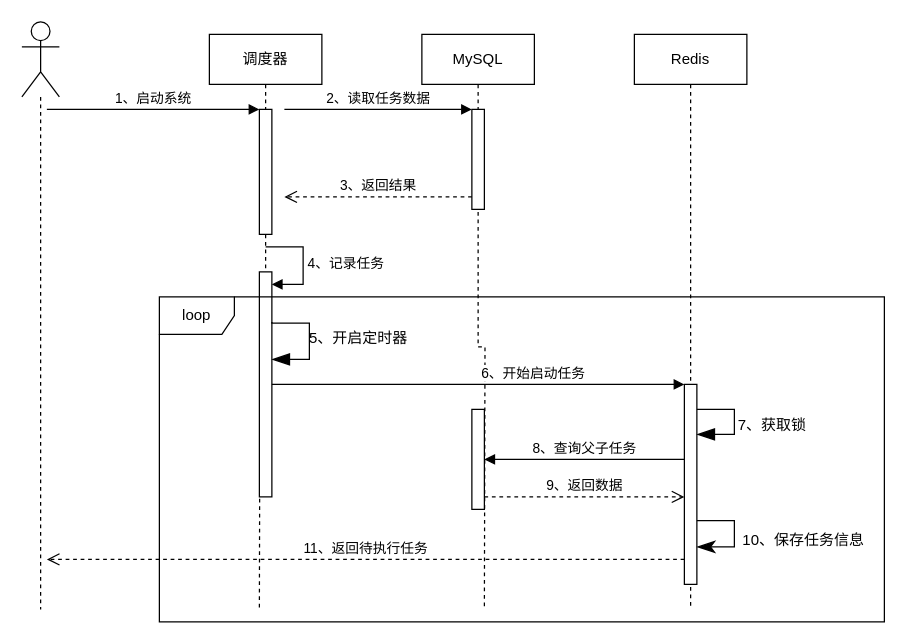
Before: 任务调度时序图.drawio in tianshengdiwangK/common, a draw.io diagram. Source tidied: cells renumbered, new cells numbered last; positions are measured from the earlier drawing's top-left corner, leaving out a move shared by most shapes. Both pictures are drawn from the tidied source at 125%, with x=0, y=0 at pixel (21, 21).
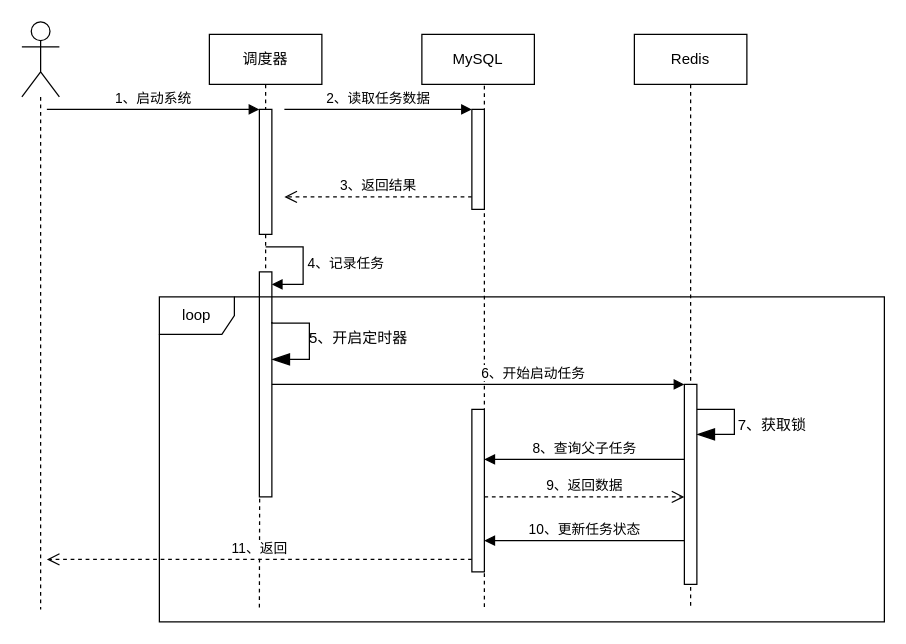
The same page after the edit.

Commit message:
更新任务调度时序图.drawio

The change refers to these unchanged cells:
```xml
<mxCell id="7" value="MySQL" style="rounded=0;whiteSpace=wrap;html=1;" parent="1" vertex="1">
  <mxGeometry x="320" y="10" width="90" height="40" as="geometry" />
</mxCell>
<mxCell id="19" style="html=1;points=[];perimeter=orthogonalPerimeter;outlineConnect=0;targetShapes=umlLifeline;portConstraint=eastwest;newEdgeStyle={&quot;edgeStyle&quot;:&quot;elbowEdgeStyle&quot;,&quot;elbow&quot;:&quot;vertical&quot;,&quot;curved&quot;:0,&quot;rounded&quot;:0};" parent="1" vertex="1">
  <mxGeometry x="530" y="290" width="10" height="160" as="geometry" />
</mxCell>
```

The edit, as a diff of the source:
```diff
@@
-    <mxCell id="6" style="edgeStyle=orthogonalEdgeStyle;rounded=0;jettySize=auto;html=1;dashed=1;endArrow=none;endFill=0;" parent="1" edge="1" source="7">
+    <mxCell id="6" style="edgeStyle=orthogonalEdgeStyle;rounded=0;jettySize=auto;html=1;dashed=1;endArrow=none;endFill=0;exitX=0.5;exitY=1;exitDx=0;exitDy=0;" parent="1" edge="1" source="7">
       <mxGeometry relative="1" as="geometry">
         <mxPoint x="370" y="470" as="targetPoint" />
+        <Array as="points">
+          <mxPoint x="370" y="50" />
+        </Array>
       </mxGeometry>
     </mxCell>
@@
-    <mxCell id="12" style="html=1;points=[];perimeter=orthogonalPerimeter;outlineConnect=0;targetShapes=umlLifeline;portConstraint=eastwest;newEdgeStyle={&quot;edgeStyle&quot;:&quot;elbowEdgeStyle&quot;,&quot;elbow&quot;:&quot;vertical&quot;,&quot;curved&quot;:0,&quot;rounded&quot;:0};" parent="1" vertex="1">
-      <mxGeometry x="360" y="70" width="10" height="80" as="geometry" />
-    </mxCell>
@@
-    <mxCell id="21" value="11、返回待执行任务" style="html=1;verticalAlign=bottom;endArrow=open;dashed=1;endSize=8;edgeStyle=elbowEdgeStyle;elbow=vertical;curved=0;rounded=0;" parent="1" edge="1">
+    <mxCell id="21" value="11、返回" style="html=1;verticalAlign=bottom;endArrow=open;dashed=1;endSize=8;edgeStyle=elbowEdgeStyle;elbow=vertical;curved=0;rounded=0;" parent="1" edge="1" source="26">
       <mxGeometry relative="1" as="geometry">
-        <mxPoint x="530" y="430" as="sourcePoint" />
         <mxPoint x="20" y="430" as="targetPoint" />
         <Array as="points">
-          <mxPoint x="440" y="430" />
+          <mxPoint x="360" y="430" />
         </Array>
       </mxGeometry>
     </mxCell>
@@
-    <mxCell id="24" style="endArrow=classicThin;endFill=1;endSize=12;html=1;rounded=0;edgeStyle=orthogonalEdgeStyle;" parent="1" edge="1">
-      <mxGeometry relative="1" as="geometry">
-        <mxPoint x="540" y="399" as="sourcePoint" />
-        <mxPoint x="540" y="420" as="targetPoint" />
-        <Array as="points">
-          <mxPoint x="570" y="399" />
-          <mxPoint x="570" y="420" />
-        </Array>
-      </mxGeometry>
-    </mxCell>
-    <mxCell id="25" value="10、保存任务信息" style="text;html=1;align=center;verticalAlign=middle;strokeColor=none;fillColor=none;" parent="1" vertex="1">
-      <mxGeometry x="565" y="400" width="120" height="30" as="geometry" />
-    </mxCell>
     <mxCell id="26" style="html=1;points=[];perimeter=orthogonalPerimeter;outlineConnect=0;targetShapes=umlLifeline;portConstraint=eastwest;newEdgeStyle={&quot;edgeStyle&quot;:&quot;elbowEdgeStyle&quot;,&quot;elbow&quot;:&quot;vertical&quot;,&quot;curved&quot;:0,&quot;rounded&quot;:0};" parent="1" vertex="1">
-      <mxGeometry x="360" y="310" width="10" height="80" as="geometry" />
+      <mxGeometry x="360" y="310" width="10" height="130" as="geometry" />
     </mxCell>
-    <mxCell id="27" value="8、查询父子任务" style="html=1;verticalAlign=bottom;endArrow=block;edgeStyle=elbowEdgeStyle;elbow=vertical;curved=0;rounded=0;" parent="1" edge="1" source="19" target="26">
-      <mxGeometry relative="1" as="geometry" />
+    <mxCell id="27" value="8、查询父子任务" style="html=1;verticalAlign=bottom;endArrow=block;edgeStyle=elbowEdgeStyle;elbow=vertical;curved=0;rounded=0;" parent="1" edge="1" source="19">
+      <mxGeometry relative="1" as="geometry">
+        <mxPoint x="370" y="350" as="targetPoint" />
+      </mxGeometry>
     </mxCell>
-    <mxCell id="28" value="9、返回数据" style="html=1;verticalAlign=bottom;endArrow=open;dashed=1;endSize=8;edgeStyle=elbowEdgeStyle;elbow=vertical;curved=0;rounded=0;" parent="1" edge="1" source="26" target="19">
+    <mxCell id="28" value="9、返回数据" style="html=1;verticalAlign=bottom;endArrow=open;dashed=1;endSize=8;edgeStyle=elbowEdgeStyle;elbow=vertical;curved=0;rounded=0;" parent="1" edge="1" target="19">
       <mxGeometry relative="1" as="geometry">
+        <mxPoint x="370" y="380" as="sourcePoint" />
         <Array as="points">
           <mxPoint x="500" y="380" />
         </Array>
       </mxGeometry>
     </mxCell>
@@
+    <mxCell id="30" value="10、更新任务状态" style="html=1;verticalAlign=bottom;endArrow=block;edgeStyle=elbowEdgeStyle;elbow=vertical;curved=0;rounded=0;" parent="1" edge="1" source="19">
+      <mxGeometry relative="1" as="geometry">
+        <mxPoint x="370" y="414.8" as="targetPoint" />
+      </mxGeometry>
+    </mxCell>
+    <mxCell id="12" style="html=1;points=[];perimeter=orthogonalPerimeter;outlineConnect=0;targetShapes=umlLifeline;portConstraint=eastwest;newEdgeStyle={&quot;edgeStyle&quot;:&quot;elbowEdgeStyle&quot;,&quot;elbow&quot;:&quot;vertical&quot;,&quot;curved&quot;:0,&quot;rounded&quot;:0};" parent="1" vertex="1">
+      <mxGeometry x="360" y="70" width="10" height="80" as="geometry" />
+    </mxCell>
```
